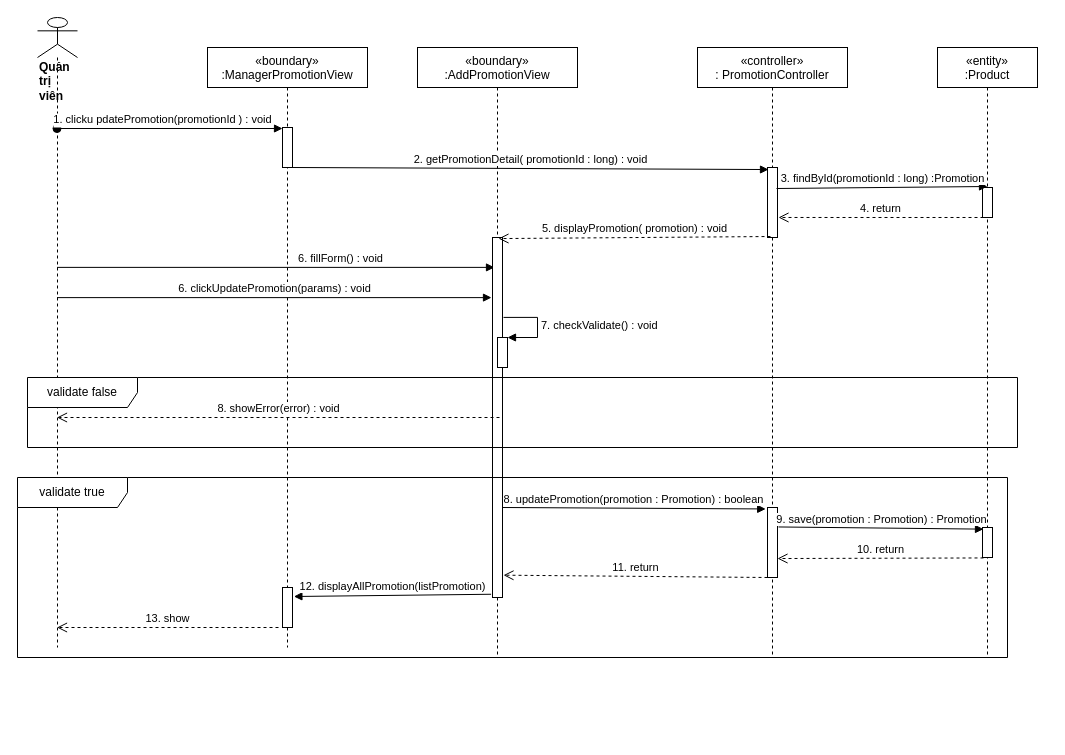
Above: sequence diagram/update-promotion-manager-sequence (1).drawio in nguyenphamvan/datn_20202 (draw.io), before the change. Source tidied: cells renumbered, new cells numbered last; positions are measured from the earlier drawing's top-left corner, leaving out a move shared by most shapes. Both pictures are drawn from the tidied source at 100%, with x=0, y=0 at pixel (17, 17).
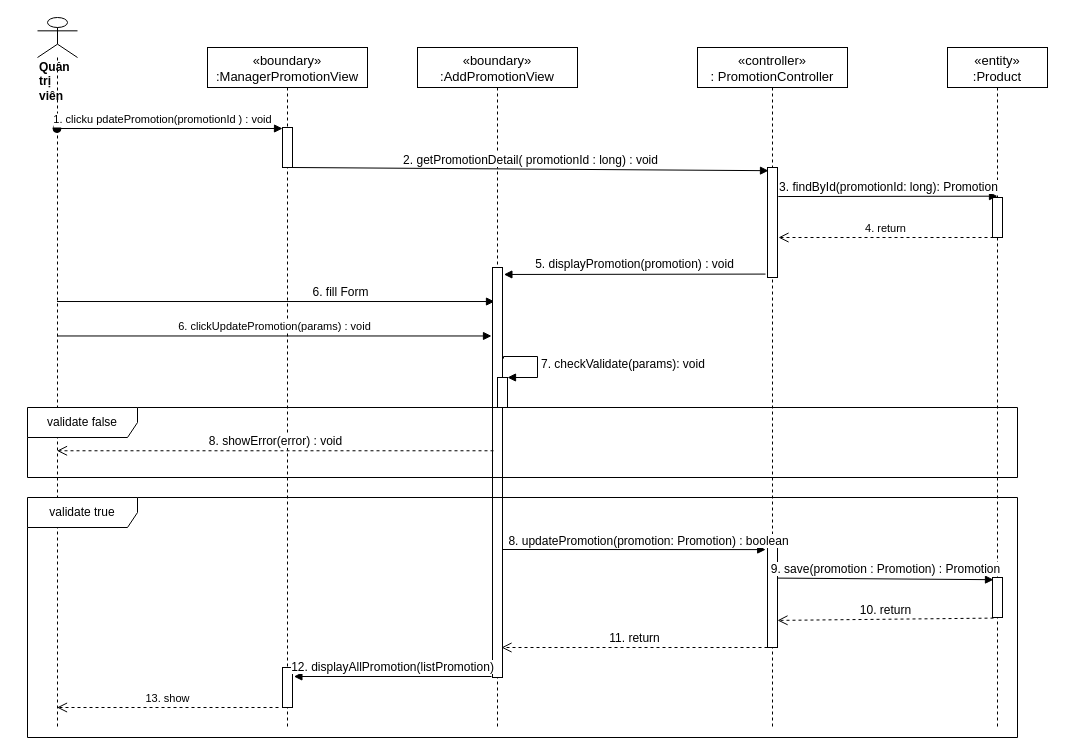
The same page after the edit.

Unchanged cells that the change refers to:
```xml
<mxCell id="14" style="html=1;points=[];perimeter=orthogonalPerimeter;" parent="1" vertex="1">
  <mxGeometry x="265" y="110" width="10" height="40" as="geometry" />
</mxCell>
```

Change to the diagram source:
```diff
@@
-    <mxCell id="2" value="«boundary»&#10;:AddPromotionView" style="shape=umlLifeline;perimeter=lifelinePerimeter;rounded=0;shadow=0;strokeWidth=1;" parent="1" vertex="1">
-      <mxGeometry x="400" y="30" width="160" height="610" as="geometry" />
+    <mxCell id="2" value="«boundary»&#10;:AddPromotionView" style="shape=umlLifeline;perimeter=lifelinePerimeter;rounded=0;shadow=0;strokeWidth=1;fontSize=13;" parent="1" vertex="1">
+      <mxGeometry x="400" y="30" width="160" height="680" as="geometry" />
     </mxCell>
-    <mxCell id="3" value="«controller»&#10;: PromotionController" style="shape=umlLifeline;perimeter=lifelinePerimeter;rounded=0;shadow=0;strokeWidth=1;" parent="1" vertex="1">
-      <mxGeometry x="680" y="30" width="150" height="610" as="geometry" />
+    <mxCell id="3" value="«controller»&#10;: PromotionController" style="shape=umlLifeline;perimeter=lifelinePerimeter;rounded=0;shadow=0;strokeWidth=1;fontSize=13;" parent="1" vertex="1">
+      <mxGeometry x="680" y="30" width="150" height="680" as="geometry" />
     </mxCell>
     <mxCell id="4" style="points=[];perimeter=orthogonalPerimeter;rounded=0;shadow=0;strokeWidth=1;" parent="3" vertex="1">
-      <mxGeometry x="70" y="460" width="10" height="70" as="geometry" />
+      <mxGeometry x="70" y="500" width="10" height="100" as="geometry" />
     </mxCell>
     <mxCell id="5" value="&lt;div&gt;&lt;b&gt;Quản trị viên&lt;/b&gt;&lt;/div&gt;" style="shape=umlLifeline;participant=umlActor;perimeter=lifelinePerimeter;whiteSpace=wrap;html=1;verticalAlign=top;spacingTop=36;outlineConnect=0;align=left;size=40;" parent="1" vertex="1">
-      <mxGeometry x="20" width="40" height="630" as="geometry" />
+      <mxGeometry x="20" width="40" height="710" as="geometry" />
     </mxCell>
@@
-    <mxCell id="7" value="«entity»&#10;:Product" style="shape=umlLifeline;perimeter=lifelinePerimeter;rounded=0;shadow=0;strokeWidth=1;" parent="1" vertex="1">
-      <mxGeometry x="920" y="30" width="100" height="610" as="geometry" />
+    <mxCell id="7" value="«entity»&#10;:Product" style="shape=umlLifeline;perimeter=lifelinePerimeter;rounded=0;shadow=0;strokeWidth=1;fontSize=13;" parent="1" vertex="1">
+      <mxGeometry x="930" y="30" width="100" height="680" as="geometry" />
     </mxCell>
     <mxCell id="8" style="points=[];perimeter=orthogonalPerimeter;rounded=0;shadow=0;strokeWidth=1;" parent="7" vertex="1">
-      <mxGeometry x="45" y="480" width="10" height="30" as="geometry" />
+      <mxGeometry x="45" y="530" width="10" height="40" as="geometry" />
     </mxCell>
-    <mxCell id="9" value="9. save(promotion : Promotion) : Promotion" style="html=1;verticalAlign=bottom;endArrow=block;entryX=0.1;entryY=0.055;entryDx=0;entryDy=0;entryPerimeter=0;exitX=1.1;exitY=0.278;exitDx=0;exitDy=0;exitPerimeter=0;" parent="1" edge="1" source="4" target="8">
+    <mxCell id="9" value="&lt;font style=&quot;font-size: 12px&quot;&gt;9. save(promotion : Promotion) : Promotion&lt;/font&gt;" style="html=1;verticalAlign=bottom;endArrow=block;entryX=0.1;entryY=0.055;entryDx=0;entryDy=0;entryPerimeter=0;exitX=1;exitY=0.306;exitDx=0;exitDy=0;exitPerimeter=0;" parent="1" edge="1" source="4" target="8">
       <mxGeometry relative="1" as="geometry" />
     </mxCell>
-    <mxCell id="10" value="10. return" style="html=1;verticalAlign=bottom;endArrow=open;dashed=1;endSize=8;exitX=0.1;exitY=1.015;exitDx=0;exitDy=0;exitPerimeter=0;entryX=1;entryY=0.729;entryDx=0;entryDy=0;entryPerimeter=0;" parent="1" edge="1" source="8" target="4">
+    <mxCell id="10" value="&lt;font style=&quot;font-size: 12px&quot;&gt;10. return&lt;/font&gt;" style="html=1;verticalAlign=bottom;endArrow=open;dashed=1;endSize=8;exitX=0.1;exitY=1.015;exitDx=0;exitDy=0;exitPerimeter=0;entryX=1;entryY=0.729;entryDx=0;entryDy=0;entryPerimeter=0;" parent="1" edge="1" source="8" target="4">
       <mxGeometry relative="1" as="geometry" />
     </mxCell>
-    <mxCell id="11" value="6. fillForm() : void" style="html=1;verticalAlign=bottom;endArrow=block;entryX=0.2;entryY=0.083;entryDx=0;entryDy=0;entryPerimeter=0;" parent="1" edge="1" source="5" target="15">
+    <mxCell id="11" value="&lt;font style=&quot;font-size: 12px&quot;&gt;6. fill Form&lt;/font&gt;" style="html=1;verticalAlign=bottom;endArrow=block;entryX=0.2;entryY=0.083;entryDx=0;entryDy=0;entryPerimeter=0;" parent="1" edge="1" source="5" target="15">
       <mxGeometry x="0.29" relative="1" as="geometry">
         <mxPoint x="1" as="offset" />
       </mxGeometry>
     </mxCell>
-    <mxCell id="12" value="8. updatePromotion(promotion : Promotion) : boolean" style="html=1;verticalAlign=bottom;endArrow=block;entryX=-0.18;entryY=0.021;entryDx=0;entryDy=0;entryPerimeter=0;exitX=0.9;exitY=0.75;exitDx=0;exitDy=0;exitPerimeter=0;" parent="1" edge="1" source="15" target="4">
-      <mxGeometry relative="1" as="geometry" />
+    <mxCell id="12" value="&lt;font style=&quot;font-size: 12px&quot;&gt;8. updatePromotion(promotion: Promotion) : boolean&lt;/font&gt;" style="html=1;verticalAlign=bottom;endArrow=block;entryX=-0.18;entryY=0.021;entryDx=0;entryDy=0;entryPerimeter=0;" parent="1" edge="1" target="4">
+      <mxGeometry x="0.11" y="-1" relative="1" as="geometry">
+        <mxPoint x="484" y="532" as="sourcePoint" />
+      </mxGeometry>
     </mxCell>
-    <mxCell id="13" value="«boundary»&#10;:ManagerPromotionView" style="shape=umlLifeline;perimeter=lifelinePerimeter;rounded=0;shadow=0;strokeWidth=1;" parent="1" vertex="1">
-      <mxGeometry x="190" y="30" width="160" height="600" as="geometry" />
+    <mxCell id="13" value="«boundary»&#10;:ManagerPromotionView" style="shape=umlLifeline;perimeter=lifelinePerimeter;rounded=0;shadow=0;strokeWidth=1;fontSize=13;" parent="1" vertex="1">
+      <mxGeometry x="190" y="30" width="160" height="680" as="geometry" />
     </mxCell>
@@
     <mxCell id="15" style="html=1;points=[];perimeter=orthogonalPerimeter;" parent="1" vertex="1">
-      <mxGeometry x="475" y="220" width="10" height="360" as="geometry" />
+      <mxGeometry x="475" y="250" width="10" height="410" as="geometry" />
     </mxCell>
-    <mxCell id="16" value="2. getPromotionDetail( promotionId : long) : void" style="html=1;verticalAlign=bottom;endArrow=block;exitX=1;exitY=1;exitDx=0;exitDy=0;exitPerimeter=0;entryX=0.1;entryY=0.029;entryDx=0;entryDy=0;entryPerimeter=0;" parent="1" edge="1" source="14" target="23">
+    <mxCell id="16" value="&lt;font style=&quot;font-size: 12px&quot;&gt;2. getPromotionDetail( promotionId : long) : void&lt;/font&gt;" style="html=1;verticalAlign=bottom;endArrow=block;exitX=1;exitY=1;exitDx=0;exitDy=0;exitPerimeter=0;entryX=0.1;entryY=0.029;entryDx=0;entryDy=0;entryPerimeter=0;" parent="1" edge="1" source="14" target="23">
       <mxGeometry relative="1" as="geometry" />
     </mxCell>
@@
-    <mxCell id="18" value="8. showError(error) : void" style="html=1;verticalAlign=bottom;endArrow=open;dashed=1;endSize=8;" parent="1" edge="1" target="5">
-      <mxGeometry relative="1" as="geometry">
-        <mxPoint x="482" y="400" as="sourcePoint" />
-      </mxGeometry>
+    <mxCell id="18" value="&lt;font style=&quot;font-size: 12px&quot;&gt;8. showError(error) : void&lt;/font&gt;" style="html=1;verticalAlign=bottom;endArrow=open;dashed=1;endSize=8;exitX=0.1;exitY=0.447;exitDx=0;exitDy=0;exitPerimeter=0;" parent="1" edge="1" source="15" target="5">
+      <mxGeometry relative="1" as="geometry" />
     </mxCell>
     <mxCell id="19" value="validate false" style="shape=umlFrame;whiteSpace=wrap;html=1;width=110;height=30;" parent="1" vertex="1">
-      <mxGeometry x="10" y="360" width="990" height="70" as="geometry" />
+      <mxGeometry x="10" y="390" width="990" height="70" as="geometry" />
     </mxCell>
-    <mxCell id="20" value="11. return" style="html=1;verticalAlign=bottom;endArrow=open;dashed=1;endSize=8;exitX=0;exitY=1;exitDx=0;exitDy=0;exitPerimeter=0;entryX=1.1;entryY=0.938;entryDx=0;entryDy=0;entryPerimeter=0;" parent="1" edge="1" source="4" target="15">
-      <mxGeometry relative="1" as="geometry" />
+    <mxCell id="20" value="&lt;font style=&quot;font-size: 12px&quot;&gt;11. return&lt;/font&gt;" style="html=1;verticalAlign=bottom;endArrow=open;dashed=1;endSize=8;exitX=0;exitY=1;exitDx=0;exitDy=0;exitPerimeter=0;" parent="1" edge="1" source="4">
+      <mxGeometry relative="1" as="geometry">
+        <mxPoint x="484" y="630" as="targetPoint" />
+      </mxGeometry>
     </mxCell>
     <mxCell id="21" style="html=1;points=[];perimeter=orthogonalPerimeter;" parent="1" vertex="1">
-      <mxGeometry x="265" y="570" width="10" height="40" as="geometry" />
+      <mxGeometry x="265" y="650" width="10" height="40" as="geometry" />
     </mxCell>
@@
     <mxCell id="23" style="html=1;points=[];perimeter=orthogonalPerimeter;" parent="1" vertex="1">
-      <mxGeometry x="750" y="150" width="10" height="70" as="geometry" />
+      <mxGeometry x="750" y="150" width="10" height="110" as="geometry" />
     </mxCell>
     <mxCell id="24" style="html=1;points=[];perimeter=orthogonalPerimeter;" parent="1" vertex="1">
-      <mxGeometry x="965" y="170" width="10" height="30" as="geometry" />
+      <mxGeometry x="975" y="180" width="10" height="40" as="geometry" />
     </mxCell>
-    <mxCell id="25" value="3. findById(promotionId : long) :Promotion" style="html=1;verticalAlign=bottom;endArrow=block;entryX=0.5;entryY=-0.033;entryDx=0;entryDy=0;entryPerimeter=0;exitX=0.9;exitY=0.3;exitDx=0;exitDy=0;exitPerimeter=0;" parent="1" edge="1" source="23" target="24">
+    <mxCell id="25" value="&lt;font style=&quot;font-size: 12px&quot;&gt;3. findById(promotionId: long): Promotion&lt;/font&gt;" style="html=1;verticalAlign=bottom;endArrow=block;entryX=0.5;entryY=-0.033;entryDx=0;entryDy=0;entryPerimeter=0;exitX=1.08;exitY=0.264;exitDx=0;exitDy=0;exitPerimeter=0;" parent="1" edge="1" source="23" target="24">
       <mxGeometry relative="1" as="geometry" />
     </mxCell>
-    <mxCell id="26" value="4. return" style="html=1;verticalAlign=bottom;endArrow=open;dashed=1;endSize=8;exitX=0.1;exitY=1;exitDx=0;exitDy=0;exitPerimeter=0;entryX=1.1;entryY=0.714;entryDx=0;entryDy=0;entryPerimeter=0;" parent="1" edge="1" source="24" target="23">
-      <mxGeometry relative="1" as="geometry" />
+    <mxCell id="26" value="4. return" style="html=1;verticalAlign=bottom;endArrow=open;dashed=1;endSize=8;exitX=0.1;exitY=1;exitDx=0;exitDy=0;exitPerimeter=0;" parent="1" edge="1" source="24">
+      <mxGeometry relative="1" as="geometry">
+        <mxPoint x="761" y="220" as="targetPoint" />
+      </mxGeometry>
     </mxCell>
-    <mxCell id="27" value="5. displayPromotion( promotion) : void" style="html=1;verticalAlign=bottom;endArrow=open;dashed=1;endSize=8;exitX=0.3;exitY=0.986;exitDx=0;exitDy=0;exitPerimeter=0;entryX=0.6;entryY=0.003;entryDx=0;entryDy=0;entryPerimeter=0;" parent="1" edge="1" source="23" target="15">
-      <mxGeometry relative="1" as="geometry" />
-    </mxCell>
     <mxCell id="28" style="html=1;points=[];perimeter=orthogonalPerimeter;" parent="1" vertex="1">
-      <mxGeometry x="480" y="320" width="10" height="30" as="geometry" />
+      <mxGeometry x="480" y="360" width="10" height="30" as="geometry" />
     </mxCell>
-    <mxCell id="29" value="7. checkValidate() : void" style="edgeStyle=orthogonalEdgeStyle;html=1;align=left;spacingLeft=2;endArrow=block;rounded=0;entryX=1;entryY=0;exitX=1.1;exitY=0.222;exitDx=0;exitDy=0;exitPerimeter=0;" parent="1" edge="1" source="15" target="28">
+    <mxCell id="29" value="&lt;font style=&quot;font-size: 12px&quot;&gt;7. checkValidate(params): void&lt;/font&gt;" style="edgeStyle=orthogonalEdgeStyle;html=1;align=left;spacingLeft=2;endArrow=block;rounded=0;entryX=1;entryY=0;exitX=1.1;exitY=0.222;exitDx=0;exitDy=0;exitPerimeter=0;" parent="1" edge="1" source="15" target="28">
       <mxGeometry relative="1" as="geometry">
         <Array as="points">
-          <mxPoint x="520" y="300" />
-          <mxPoint x="520" y="320" />
+          <mxPoint x="520" y="339" />
+          <mxPoint x="520" y="360" />
         </Array>
       </mxGeometry>
     </mxCell>
     <mxCell id="30" value="validate true" style="shape=umlFrame;whiteSpace=wrap;html=1;width=110;height=30;" parent="1" vertex="1">
-      <mxGeometry y="460" width="990" height="180" as="geometry" />
+      <mxGeometry x="10" y="480" width="990" height="240" as="geometry" />
     </mxCell>
-    <mxCell id="31" value="&lt;span style=&quot;font-family: &amp;#34;helvetica&amp;#34;&quot;&gt;12. displayAllPromotion(listPromotion)&lt;/span&gt;" style="html=1;verticalAlign=bottom;endArrow=block;exitX=-0.14;exitY=0.991;exitDx=0;exitDy=0;exitPerimeter=0;entryX=1.14;entryY=0.225;entryDx=0;entryDy=0;entryPerimeter=0;" parent="1" edge="1" source="15" target="21">
-      <mxGeometry relative="1" as="geometry" />
+    <mxCell id="31" value="&lt;span style=&quot;font-family: &amp;#34;helvetica&amp;#34;&quot;&gt;&lt;font style=&quot;font-size: 12px&quot;&gt;12. displayAllPromotion(listPromotion)&lt;/font&gt;&lt;/span&gt;" style="html=1;verticalAlign=bottom;endArrow=block;entryX=1.14;entryY=0.225;entryDx=0;entryDy=0;entryPerimeter=0;" parent="1" edge="1" target="21">
+      <mxGeometry relative="1" as="geometry">
+        <mxPoint x="474" y="659" as="sourcePoint" />
+      </mxGeometry>
     </mxCell>
+    <mxCell id="27" value="&lt;font style=&quot;font-size: 12px&quot;&gt;5. displayPromotion(promotion) : void&lt;/font&gt;" style="html=1;verticalAlign=bottom;endArrow=block;fontSize=13;exitX=-0.2;exitY=0.969;exitDx=0;exitDy=0;exitPerimeter=0;entryX=1.14;entryY=0.017;entryDx=0;entryDy=0;entryPerimeter=0;" parent="1" edge="1" source="23" target="15">
+      <mxGeometry relative="1" as="geometry" />
+    </mxCell>
```
